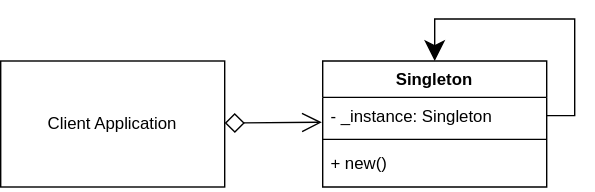
This is img/singleton_concept.svg from Sean-Bradley/Design-Patterns-In-Python, a draw.io export, as it was before one commit. Source tidied: cells renumbered, new cells last; positions are measured from the earlier drawing's top-left corner, leaving out a move shared by most shapes. The source it was exported from:
```xml
<mxGraphModel>
  <root>
    <mxCell id="0" />
    <mxCell id="1" parent="0" />
    <mxCell id="2" value="Client Application" style="rounded=0;whiteSpace=wrap;html=1;" parent="1" vertex="1">
      <mxGeometry y="30" width="160" height="90" as="geometry" />
    </mxCell>
    <mxCell id="3" value="Singleton" style="swimlane;fontStyle=1;align=center;verticalAlign=top;horizontal=1;startSize=26;" parent="1" vertex="1">
      <mxGeometry x="230" y="30" width="160" height="90" as="geometry" />
    </mxCell>
    <mxCell id="4" style="edgeStyle=orthogonalEdgeStyle;rounded=0;jettySize=auto;html=1;exitX=1;exitY=0.5;exitDx=0;exitDy=0;entryX=0.5;entryY=0;entryDx=0;entryDy=0;endSize=12;" parent="3" edge="1" source="5" target="3">
      <mxGeometry relative="1" as="geometry">
        <Array as="points">
          <mxPoint x="180" y="39" />
          <mxPoint x="180" y="-30" />
          <mxPoint x="80" y="-30" />
        </Array>
      </mxGeometry>
    </mxCell>
    <mxCell id="5" value="- _instance: Singleton" style="text;strokeColor=none;fillColor=none;align=left;verticalAlign=top;spacingLeft=4;spacingRight=4;overflow=hidden;points=[[0,0.5],[1,0.5]];portConstraint=eastwest;" parent="3" vertex="1">
      <mxGeometry y="26" width="160" height="26" as="geometry" />
    </mxCell>
    <mxCell id="6" style="line;strokeWidth=1;fillColor=none;align=left;verticalAlign=middle;spacingTop=-1;spacingLeft=3;spacingRight=3;labelPosition=right;" parent="3" vertex="1">
      <mxGeometry y="52" width="160" height="8" as="geometry" />
    </mxCell>
    <mxCell id="7" value="+ new()" style="text;strokeColor=none;fillColor=none;align=left;verticalAlign=top;spacingLeft=4;spacingRight=4;overflow=hidden;" parent="3" vertex="1">
      <mxGeometry y="60" width="160" height="30" as="geometry" />
    </mxCell>
    <mxCell id="8" style="endArrow=diamond;endFill=0;endSize=12;html=1;startArrow=open;startFill=0;exitX=-0.004;exitY=0.683;exitDx=0;exitDy=0;exitPerimeter=0;startSize=12;" parent="1" edge="1" source="5" target="2">
      <mxGeometry relative="1" as="geometry" />
    </mxCell>
  </root>
</mxGraphModel>
```
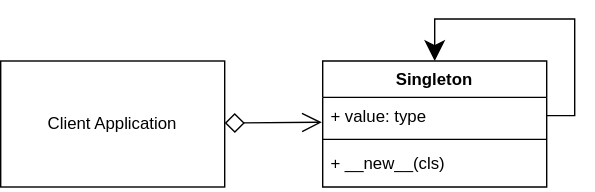
Above is the later version.

What changed in the source:
```diff
@@ -17,13 +17,13 @@
         </Array>
       </mxGeometry>
     </mxCell>
-    <mxCell id="5" value="- _instance: Singleton" style="text;strokeColor=none;fillColor=none;align=left;verticalAlign=top;spacingLeft=4;spacingRight=4;overflow=hidden;points=[[0,0.5],[1,0.5]];portConstraint=eastwest;" parent="3" vertex="1">
+    <mxCell id="5" value="+ value: type" style="text;strokeColor=none;fillColor=none;align=left;verticalAlign=top;spacingLeft=4;spacingRight=4;overflow=hidden;points=[[0,0.5],[1,0.5]];portConstraint=eastwest;" parent="3" vertex="1">
       <mxGeometry y="26" width="160" height="26" as="geometry" />
     </mxCell>
     <mxCell id="6" style="line;strokeWidth=1;fillColor=none;align=left;verticalAlign=middle;spacingTop=-1;spacingLeft=3;spacingRight=3;labelPosition=right;" parent="3" vertex="1">
       <mxGeometry y="52" width="160" height="8" as="geometry" />
     </mxCell>
-    <mxCell id="7" value="+ new()" style="text;strokeColor=none;fillColor=none;align=left;verticalAlign=top;spacingLeft=4;spacingRight=4;overflow=hidden;" parent="3" vertex="1">
+    <mxCell id="7" value="+ __new__(cls)" style="text;strokeColor=none;fillColor=none;align=left;verticalAlign=top;spacingLeft=4;spacingRight=4;overflow=hidden;" parent="3" vertex="1">
       <mxGeometry y="60" width="160" height="30" as="geometry" />
     </mxCell>
     <mxCell id="8" style="endArrow=diamond;endFill=0;endSize=12;html=1;startArrow=open;startFill=0;exitX=-0.004;exitY=0.683;exitDx=0;exitDy=0;exitPerimeter=0;startSize=12;" parent="1" edge="1" source="5" target="2">
```
